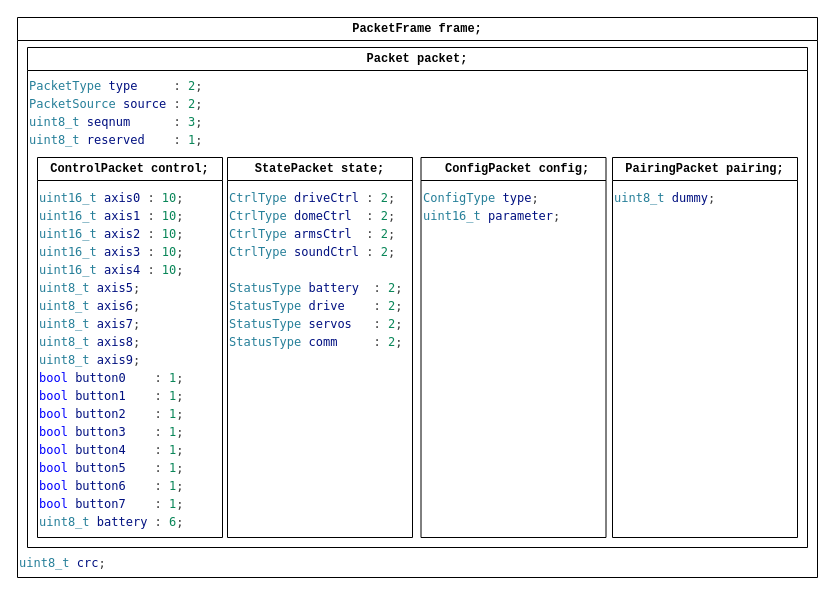
Earlier version of the draw.io diagram Documentation/LibBB/Packet Structure.drawio (bjoerngiesler/BBDroids). Source tidied: cells renumbered, new cells numbered last; positions are measured from the earlier drawing's top-left corner, leaving out a move shared by most shapes. Both pictures are drawn from the tidied source at 100%, with x=0, y=0 at pixel (17, 17).
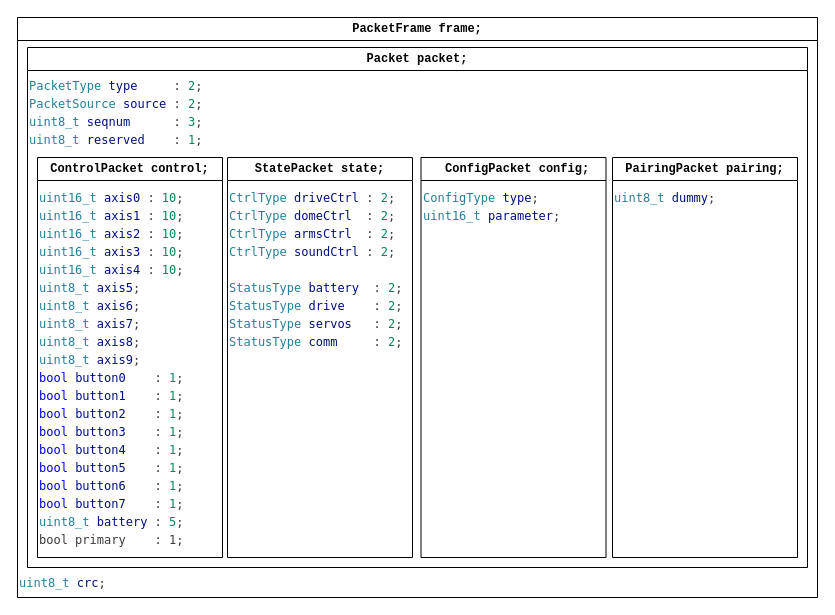
The same diagram, later.

The edit, as a diff of the source:
```diff
@@
 <mxGraphModel>
   <root>
     <mxCell id="0" />
     <mxCell id="1" parent="0" />
     <mxCell id="2" value="PacketFrame frame;" style="swimlane;whiteSpace=wrap;html=1;fontFamily=Courier New;" parent="1" vertex="1">
-      <mxGeometry width="800" height="560" as="geometry" />
+      <mxGeometry width="800" height="580" as="geometry" />
     </mxCell>
     <mxCell id="3" value="Packet packet;" style="swimlane;whiteSpace=wrap;html=1;fontFamily=Courier New;" parent="2" vertex="1">
-      <mxGeometry x="10" y="30" width="780" height="500" as="geometry" />
+      <mxGeometry x="10" y="30" width="780" height="520" as="geometry" />
     </mxCell>
     <mxCell id="4" value="&lt;div style=&quot;color: rgb(59, 59, 59); background-color: rgb(255, 255, 255); font-family: Menlo, Monaco, &amp;quot;Courier New&amp;quot;, monospace; line-height: 18px; white-space: pre;&quot;&gt;&lt;div&gt;&lt;span style=&quot;color: #267f99;&quot;&gt;PacketType&lt;/span&gt; &lt;span style=&quot;color: #001080;&quot;&gt;type&lt;/span&gt;     : &lt;span style=&quot;color: #098658;&quot;&gt;2&lt;/span&gt;;&lt;/div&gt;&lt;div&gt;&lt;span style=&quot;color: #267f99;&quot;&gt;PacketSource&lt;/span&gt; &lt;span style=&quot;color: #001080;&quot;&gt;source&lt;/span&gt; : &lt;span style=&quot;color: #098658;&quot;&gt;2&lt;/span&gt;;&lt;/div&gt;&lt;div&gt;&lt;span style=&quot;color: #267f99;&quot;&gt;uint8_t&lt;/span&gt; &lt;span style=&quot;color: #001080;&quot;&gt;seqnum&lt;/span&gt;      : &lt;span style=&quot;color: #098658;&quot;&gt;3&lt;/span&gt;;&lt;/div&gt;&lt;div&gt;&lt;span style=&quot;color: #267f99;&quot;&gt;uint8_t&lt;/span&gt; &lt;span style=&quot;color: #001080;&quot;&gt;reserved&lt;/span&gt;    : &lt;span style=&quot;color: #098658;&quot;&gt;1&lt;/span&gt;;&lt;/div&gt;&lt;/div&gt;" style="text;html=1;align=left;verticalAlign=middle;whiteSpace=wrap;rounded=0;fontFamily=Courier New;" parent="3" vertex="1">
       <mxGeometry y="20" width="210" height="90" as="geometry" />
     </mxCell>
     <mxCell id="5" value="ControlPacket control;" style="swimlane;whiteSpace=wrap;html=1;fontFamily=Courier New;startSize=23;" parent="3" vertex="1">
-      <mxGeometry x="10" y="110" width="185" height="380" as="geometry" />
+      <mxGeometry x="10" y="110" width="185" height="400" as="geometry" />
     </mxCell>
-    <mxCell id="6" value="&lt;div style=&quot;color: rgb(59, 59, 59); background-color: rgb(255, 255, 255); font-family: Menlo, Monaco, &amp;quot;Courier New&amp;quot;, monospace; line-height: 18px; white-space: pre;&quot;&gt;&lt;div&gt;&lt;span style=&quot;color: #267f99;&quot;&gt;uint16_t&lt;/span&gt; &lt;span style=&quot;color: #001080;&quot;&gt;axis0&lt;/span&gt; : &lt;span style=&quot;color: #098658;&quot;&gt;10&lt;/span&gt;;&lt;/div&gt;&lt;div&gt;&lt;span style=&quot;color: #267f99;&quot;&gt;uint16_t&lt;/span&gt; &lt;span style=&quot;color: #001080;&quot;&gt;axis1&lt;/span&gt; : &lt;span style=&quot;color: #098658;&quot;&gt;10&lt;/span&gt;;&lt;/div&gt;&lt;div&gt;&lt;span style=&quot;color: #267f99;&quot;&gt;uint16_t&lt;/span&gt; &lt;span style=&quot;color: #001080;&quot;&gt;axis2&lt;/span&gt; : &lt;span style=&quot;color: #098658;&quot;&gt;10&lt;/span&gt;;&lt;/div&gt;&lt;div&gt;&lt;span style=&quot;color: #267f99;&quot;&gt;uint16_t&lt;/span&gt; &lt;span style=&quot;color: #001080;&quot;&gt;axis3&lt;/span&gt; : &lt;span style=&quot;color: #098658;&quot;&gt;10&lt;/span&gt;;&lt;/div&gt;&lt;div&gt;&lt;span style=&quot;color: #267f99;&quot;&gt;uint16_t&lt;/span&gt; &lt;span style=&quot;color: #001080;&quot;&gt;axis4&lt;/span&gt; : &lt;span style=&quot;color: #098658;&quot;&gt;10&lt;/span&gt;;&lt;/div&gt;&lt;div&gt;&lt;span style=&quot;color: #267f99;&quot;&gt;uint8_t&lt;/span&gt; &lt;span style=&quot;color: #001080;&quot;&gt;axis5&lt;/span&gt;;&lt;/div&gt;&lt;div&gt;&lt;span style=&quot;color: #267f99;&quot;&gt;uint8_t&lt;/span&gt; &lt;span style=&quot;color: #001080;&quot;&gt;axis6&lt;/span&gt;;&lt;/div&gt;&lt;div&gt;&lt;span style=&quot;color: #267f99;&quot;&gt;uint8_t&lt;/span&gt; &lt;span style=&quot;color: #001080;&quot;&gt;axis7&lt;/span&gt;;&lt;/div&gt;&lt;div&gt;&lt;span style=&quot;color: #267f99;&quot;&gt;uint8_t&lt;/span&gt; &lt;span style=&quot;color: #001080;&quot;&gt;axis8&lt;/span&gt;;&lt;/div&gt;&lt;div&gt;&lt;span style=&quot;color: #267f99;&quot;&gt;uint8_t&lt;/span&gt; &lt;span style=&quot;color: #001080;&quot;&gt;axis9&lt;/span&gt;;&lt;/div&gt;&lt;div&gt;&lt;span style=&quot;color: #0000ff;&quot;&gt;bool&lt;/span&gt; &lt;span style=&quot;color: #001080;&quot;&gt;button0&lt;/span&gt;    : &lt;span style=&quot;color: #098658;&quot;&gt;1&lt;/span&gt;;&lt;/div&gt;&lt;div&gt;&lt;span style=&quot;color: #0000ff;&quot;&gt;bool&lt;/span&gt; &lt;span style=&quot;color: #001080;&quot;&gt;button1&lt;/span&gt;    : &lt;span style=&quot;color: #098658;&quot;&gt;1&lt;/span&gt;;&lt;/div&gt;&lt;div&gt;&lt;span style=&quot;color: #0000ff;&quot;&gt;bool&lt;/span&gt; &lt;span style=&quot;color: #001080;&quot;&gt;button2&lt;/span&gt;    : &lt;span style=&quot;color: #098658;&quot;&gt;1&lt;/span&gt;;&lt;/div&gt;&lt;div&gt;&lt;span style=&quot;color: #0000ff;&quot;&gt;bool&lt;/span&gt; &lt;span style=&quot;color: #001080;&quot;&gt;button3&lt;/span&gt;    : &lt;span style=&quot;color: #098658;&quot;&gt;1&lt;/span&gt;;&lt;/div&gt;&lt;div&gt;&lt;span style=&quot;color: #0000ff;&quot;&gt;bool&lt;/span&gt; &lt;span style=&quot;color: #001080;&quot;&gt;button4&lt;/span&gt;    : &lt;span style=&quot;color: #098658;&quot;&gt;1&lt;/span&gt;;&lt;/div&gt;&lt;div&gt;&lt;span style=&quot;color: #0000ff;&quot;&gt;bool&lt;/span&gt; &lt;span style=&quot;color: #001080;&quot;&gt;button5&lt;/span&gt;    : &lt;span style=&quot;color: #098658;&quot;&gt;1&lt;/span&gt;;&lt;/div&gt;&lt;div&gt;&lt;span style=&quot;color: #0000ff;&quot;&gt;bool&lt;/span&gt; &lt;span style=&quot;color: #001080;&quot;&gt;button6&lt;/span&gt;    : &lt;span style=&quot;color: #098658;&quot;&gt;1&lt;/span&gt;;&lt;/div&gt;&lt;div&gt;&lt;span style=&quot;color: #0000ff;&quot;&gt;bool&lt;/span&gt; &lt;span style=&quot;color: #001080;&quot;&gt;button7&lt;/span&gt;    : &lt;span style=&quot;color: #098658;&quot;&gt;1&lt;/span&gt;;&lt;/div&gt;&lt;div&gt;&lt;span style=&quot;color: #267f99;&quot;&gt;uint8_t&lt;/span&gt; &lt;span style=&quot;color: #001080;&quot;&gt;battery&lt;/span&gt; : &lt;span style=&quot;color: #098658;&quot;&gt;6&lt;/span&gt;;&lt;/div&gt;&lt;/div&gt;" style="text;html=1;align=left;verticalAlign=top;whiteSpace=wrap;rounded=0;fontFamily=Courier New;" parent="5" vertex="1">
+    <mxCell id="6" value="&lt;div style=&quot;background-color: rgb(255, 255, 255); font-family: Menlo, Monaco, &amp;quot;Courier New&amp;quot;, monospace; line-height: 18px; white-space: pre;&quot;&gt;&lt;div style=&quot;color: rgb(59, 59, 59);&quot;&gt;&lt;span style=&quot;color: #267f99;&quot;&gt;uint16_t&lt;/span&gt; &lt;span style=&quot;color: #001080;&quot;&gt;axis0&lt;/span&gt; : &lt;span style=&quot;color: #098658;&quot;&gt;10&lt;/span&gt;;&lt;/div&gt;&lt;div style=&quot;color: rgb(59, 59, 59);&quot;&gt;&lt;span style=&quot;color: #267f99;&quot;&gt;uint16_t&lt;/span&gt; &lt;span style=&quot;color: #001080;&quot;&gt;axis1&lt;/span&gt; : &lt;span style=&quot;color: #098658;&quot;&gt;10&lt;/span&gt;;&lt;/div&gt;&lt;div style=&quot;color: rgb(59, 59, 59);&quot;&gt;&lt;span style=&quot;color: #267f99;&quot;&gt;uint16_t&lt;/span&gt; &lt;span style=&quot;color: #001080;&quot;&gt;axis2&lt;/span&gt; : &lt;span style=&quot;color: #098658;&quot;&gt;10&lt;/span&gt;;&lt;/div&gt;&lt;div style=&quot;color: rgb(59, 59, 59);&quot;&gt;&lt;span style=&quot;color: #267f99;&quot;&gt;uint16_t&lt;/span&gt; &lt;span style=&quot;color: #001080;&quot;&gt;axis3&lt;/span&gt; : &lt;span style=&quot;color: #098658;&quot;&gt;10&lt;/span&gt;;&lt;/div&gt;&lt;div style=&quot;color: rgb(59, 59, 59);&quot;&gt;&lt;span style=&quot;color: #267f99;&quot;&gt;uint16_t&lt;/span&gt; &lt;span style=&quot;color: #001080;&quot;&gt;axis4&lt;/span&gt; : &lt;span style=&quot;color: #098658;&quot;&gt;10&lt;/span&gt;;&lt;/div&gt;&lt;div style=&quot;color: rgb(59, 59, 59);&quot;&gt;&lt;span style=&quot;color: #267f99;&quot;&gt;uint8_t&lt;/span&gt; &lt;span style=&quot;color: #001080;&quot;&gt;axis5&lt;/span&gt;;&lt;/div&gt;&lt;div style=&quot;color: rgb(59, 59, 59);&quot;&gt;&lt;span style=&quot;color: #267f99;&quot;&gt;uint8_t&lt;/span&gt; &lt;span style=&quot;color: #001080;&quot;&gt;axis6&lt;/span&gt;;&lt;/div&gt;&lt;div style=&quot;color: rgb(59, 59, 59);&quot;&gt;&lt;span style=&quot;color: #267f99;&quot;&gt;uint8_t&lt;/span&gt; &lt;span style=&quot;color: #001080;&quot;&gt;axis7&lt;/span&gt;;&lt;/div&gt;&lt;div style=&quot;color: rgb(59, 59, 59);&quot;&gt;&lt;span style=&quot;color: #267f99;&quot;&gt;uint8_t&lt;/span&gt; &lt;span style=&quot;color: #001080;&quot;&gt;axis8&lt;/span&gt;;&lt;/div&gt;&lt;div style=&quot;color: rgb(59, 59, 59);&quot;&gt;&lt;span style=&quot;color: #267f99;&quot;&gt;uint8_t&lt;/span&gt; &lt;span style=&quot;color: #001080;&quot;&gt;axis9&lt;/span&gt;;&lt;/div&gt;&lt;div style=&quot;color: rgb(59, 59, 59);&quot;&gt;&lt;span style=&quot;color: #0000ff;&quot;&gt;bool&lt;/span&gt; &lt;span style=&quot;color: #001080;&quot;&gt;button0&lt;/span&gt;    : &lt;span style=&quot;color: #098658;&quot;&gt;1&lt;/span&gt;;&lt;/div&gt;&lt;div style=&quot;color: rgb(59, 59, 59);&quot;&gt;&lt;span style=&quot;color: #0000ff;&quot;&gt;bool&lt;/span&gt; &lt;span style=&quot;color: #001080;&quot;&gt;button1&lt;/span&gt;    : &lt;span style=&quot;color: #098658;&quot;&gt;1&lt;/span&gt;;&lt;/div&gt;&lt;div style=&quot;color: rgb(59, 59, 59);&quot;&gt;&lt;span style=&quot;color: #0000ff;&quot;&gt;bool&lt;/span&gt; &lt;span style=&quot;color: #001080;&quot;&gt;button2&lt;/span&gt;    : &lt;span style=&quot;color: #098658;&quot;&gt;1&lt;/span&gt;;&lt;/div&gt;&lt;div style=&quot;color: rgb(59, 59, 59);&quot;&gt;&lt;span style=&quot;color: #0000ff;&quot;&gt;bool&lt;/span&gt; &lt;span style=&quot;color: #001080;&quot;&gt;button3&lt;/span&gt;    : &lt;span style=&quot;color: #098658;&quot;&gt;1&lt;/span&gt;;&lt;/div&gt;&lt;div style=&quot;color: rgb(59, 59, 59);&quot;&gt;&lt;span style=&quot;color: #0000ff;&quot;&gt;bool&lt;/span&gt; &lt;span style=&quot;color: #001080;&quot;&gt;button4&lt;/span&gt;    : &lt;span style=&quot;color: #098658;&quot;&gt;1&lt;/span&gt;;&lt;/div&gt;&lt;div style=&quot;color: rgb(59, 59, 59);&quot;&gt;&lt;span style=&quot;color: #0000ff;&quot;&gt;bool&lt;/span&gt; &lt;span style=&quot;color: #001080;&quot;&gt;button5&lt;/span&gt;    : &lt;span style=&quot;color: #098658;&quot;&gt;1&lt;/span&gt;;&lt;/div&gt;&lt;div style=&quot;color: rgb(59, 59, 59);&quot;&gt;&lt;span style=&quot;color: #0000ff;&quot;&gt;bool&lt;/span&gt; &lt;span style=&quot;color: #001080;&quot;&gt;button6&lt;/span&gt;    : &lt;span style=&quot;color: #098658;&quot;&gt;1&lt;/span&gt;;&lt;/div&gt;&lt;div style=&quot;color: rgb(59, 59, 59);&quot;&gt;&lt;span style=&quot;color: #0000ff;&quot;&gt;bool&lt;/span&gt; &lt;span style=&quot;color: #001080;&quot;&gt;button7&lt;/span&gt;    : &lt;span style=&quot;color: #098658;&quot;&gt;1&lt;/span&gt;;&lt;/div&gt;&lt;div style=&quot;&quot;&gt;&lt;span style=&quot;color: rgb(38, 127, 153);&quot;&gt;uint8_t&lt;/span&gt;&lt;font color=&quot;#3b3b3b&quot;&gt; &lt;/font&gt;&lt;span style=&quot;color: rgb(0, 16, 128);&quot;&gt;battery&lt;/span&gt;&lt;font color=&quot;#3b3b3b&quot;&gt; : &lt;/font&gt;&lt;font color=&quot;#098658&quot;&gt;5&lt;/font&gt;&lt;font color=&quot;#3b3b3b&quot;&gt;;&lt;/font&gt;&lt;/div&gt;&lt;div style=&quot;&quot;&gt;&lt;font color=&quot;#3b3b3b&quot;&gt;bool primary    : 1;&lt;/font&gt;&lt;/div&gt;&lt;/div&gt;" style="text;html=1;align=left;verticalAlign=top;whiteSpace=wrap;rounded=0;fontFamily=Courier New;" parent="5" vertex="1">
       <mxGeometry y="25" width="170" height="355" as="geometry" />
     </mxCell>
     <mxCell id="7" value="StatePacket state;" style="swimlane;whiteSpace=wrap;html=1;fontFamily=Courier New;startSize=23;" parent="3" vertex="1">
-      <mxGeometry x="200" y="110" width="185" height="380" as="geometry" />
+      <mxGeometry x="200" y="110" width="185" height="400" as="geometry" />
     </mxCell>
     <mxCell id="8" value="&amp;nbsp;ConfigPacket config;" style="swimlane;whiteSpace=wrap;html=1;fontFamily=Courier New;startSize=23;" parent="3" vertex="1">
-      <mxGeometry x="393.5" y="110" width="185" height="380" as="geometry" />
+      <mxGeometry x="393.5" y="110" width="185" height="400" as="geometry" />
     </mxCell>
     <mxCell id="9" value="&lt;div style=&quot;color: rgb(59, 59, 59); background-color: rgb(255, 255, 255); font-family: Menlo, Monaco, &amp;quot;Courier New&amp;quot;, monospace; line-height: 18px; white-space: pre;&quot;&gt;&lt;div style=&quot;line-height: 18px;&quot;&gt;&lt;div&gt;&lt;span style=&quot;color: #267f99;&quot;&gt;ConfigType&lt;/span&gt; &lt;span style=&quot;color: #001080;&quot;&gt;type&lt;/span&gt;;&lt;/div&gt;&lt;div&gt;&lt;div style=&quot;line-height: 18px;&quot;&gt;&lt;span style=&quot;color: #267f99;&quot;&gt;uint16_t&lt;/span&gt; &lt;span style=&quot;color: #001080;&quot;&gt;parameter&lt;/span&gt;;&lt;/div&gt;&lt;/div&gt;&lt;div&gt;&lt;/div&gt;&lt;/div&gt;&lt;/div&gt;" style="text;html=1;align=left;verticalAlign=top;whiteSpace=wrap;rounded=0;fontFamily=Courier New;" parent="8" vertex="1">
       <mxGeometry y="25" width="170" height="35" as="geometry" />
     </mxCell>
     <mxCell id="10" value="PairingPacket pairing;" style="swimlane;whiteSpace=wrap;html=1;fontFamily=Courier New;startSize=23;" parent="3" vertex="1">
-      <mxGeometry x="585" y="110" width="185" height="380" as="geometry" />
+      <mxGeometry x="585" y="110" width="185" height="400" as="geometry" />
     </mxCell>
     <mxCell id="11" value="&lt;div style=&quot;color: rgb(59, 59, 59); background-color: rgb(255, 255, 255); font-family: Menlo, Monaco, &amp;quot;Courier New&amp;quot;, monospace; line-height: 18px; white-space: pre;&quot;&gt;&lt;div style=&quot;line-height: 18px;&quot;&gt;&lt;div&gt;&lt;span style=&quot;color: #267f99;&quot;&gt;uint8_t&lt;/span&gt; &lt;span style=&quot;color: #001080;&quot;&gt;dummy&lt;/span&gt;;&lt;/div&gt;&lt;div&gt;&lt;/div&gt;&lt;/div&gt;&lt;/div&gt;" style="text;html=1;align=left;verticalAlign=top;whiteSpace=wrap;rounded=0;fontFamily=Courier New;" parent="10" vertex="1">
       <mxGeometry y="25" width="170" height="355" as="geometry" />
     </mxCell>
     <mxCell id="12" value="&lt;div style=&quot;color: rgb(59, 59, 59); background-color: rgb(255, 255, 255); font-family: Menlo, Monaco, &amp;quot;Courier New&amp;quot;, monospace; line-height: 18px; white-space: pre;&quot;&gt;&lt;div style=&quot;line-height: 18px;&quot;&gt;&lt;div&gt;&lt;span style=&quot;color: #267f99;&quot;&gt;CtrlType&lt;/span&gt; &lt;span style=&quot;color: #001080;&quot;&gt;driveCtrl&lt;/span&gt; : &lt;span style=&quot;color: #098658;&quot;&gt;2&lt;/span&gt;;&lt;/div&gt;&lt;div&gt;&lt;span style=&quot;color: #267f99;&quot;&gt;CtrlType&lt;/span&gt; &lt;span style=&quot;color: #001080;&quot;&gt;domeCtrl&lt;/span&gt;  : &lt;span style=&quot;color: #098658;&quot;&gt;2&lt;/span&gt;;&lt;/div&gt;&lt;div&gt;&lt;span style=&quot;color: #267f99;&quot;&gt;CtrlType&lt;/span&gt; &lt;span style=&quot;color: #001080;&quot;&gt;armsCtrl&lt;/span&gt;  : &lt;span style=&quot;color: #098658;&quot;&gt;2&lt;/span&gt;;&lt;/div&gt;&lt;div&gt;&lt;span style=&quot;color: #267f99;&quot;&gt;CtrlType&lt;/span&gt; &lt;span style=&quot;color: #001080;&quot;&gt;soundCtrl&lt;/span&gt; : &lt;span style=&quot;color: #098658;&quot;&gt;2&lt;/span&gt;;&lt;/div&gt;&lt;br&gt;&lt;div&gt;&lt;span style=&quot;color: #267f99;&quot;&gt;StatusType&lt;/span&gt; &lt;span style=&quot;color: #001080;&quot;&gt;battery&lt;/span&gt;  : &lt;span style=&quot;color: #098658;&quot;&gt;2&lt;/span&gt;;&lt;/div&gt;&lt;div&gt;&lt;span style=&quot;color: #267f99;&quot;&gt;StatusType&lt;/span&gt; &lt;span style=&quot;color: #001080;&quot;&gt;drive&lt;/span&gt;    : &lt;span style=&quot;color: #098658;&quot;&gt;2&lt;/span&gt;;&lt;/div&gt;&lt;div&gt;&lt;span style=&quot;color: #267f99;&quot;&gt;StatusType&lt;/span&gt; &lt;span style=&quot;color: #001080;&quot;&gt;servos&lt;/span&gt;   : &lt;span style=&quot;color: #098658;&quot;&gt;2&lt;/span&gt;;&lt;/div&gt;&lt;div&gt;&lt;span style=&quot;color: #267f99;&quot;&gt;StatusType&lt;/span&gt; &lt;span style=&quot;color: #001080;&quot;&gt;comm&lt;/span&gt;     : &lt;span style=&quot;color: #098658;&quot;&gt;2&lt;/span&gt;;&lt;/div&gt;&lt;div&gt;&lt;/div&gt;&lt;/div&gt;&lt;/div&gt;" style="text;html=1;align=left;verticalAlign=top;whiteSpace=wrap;rounded=0;fontFamily=Courier New;" parent="2" vertex="1">
-      <mxGeometry x="210" y="165" width="180" height="355" as="geometry" />
+      <mxGeometry x="210" y="165" width="180" height="375" as="geometry" />
     </mxCell>
     <mxCell id="13" value="&lt;div style=&quot;color: rgb(59, 59, 59); background-color: rgb(255, 255, 255); font-family: Menlo, Monaco, &amp;quot;Courier New&amp;quot;, monospace; line-height: 18px; white-space: pre;&quot;&gt;&lt;span style=&quot;color: #267f99;&quot;&gt;uint8_t&lt;/span&gt; &lt;span style=&quot;color: #001080;&quot;&gt;crc&lt;/span&gt;;&lt;/div&gt;" style="text;html=1;align=left;verticalAlign=middle;whiteSpace=wrap;rounded=0;fontFamily=Courier New;" parent="2" vertex="1">
-      <mxGeometry y="530" width="240" height="30" as="geometry" />
+      <mxGeometry y="550" width="240" height="30" as="geometry" />
     </mxCell>
   </root>
 </mxGraphModel>
```
